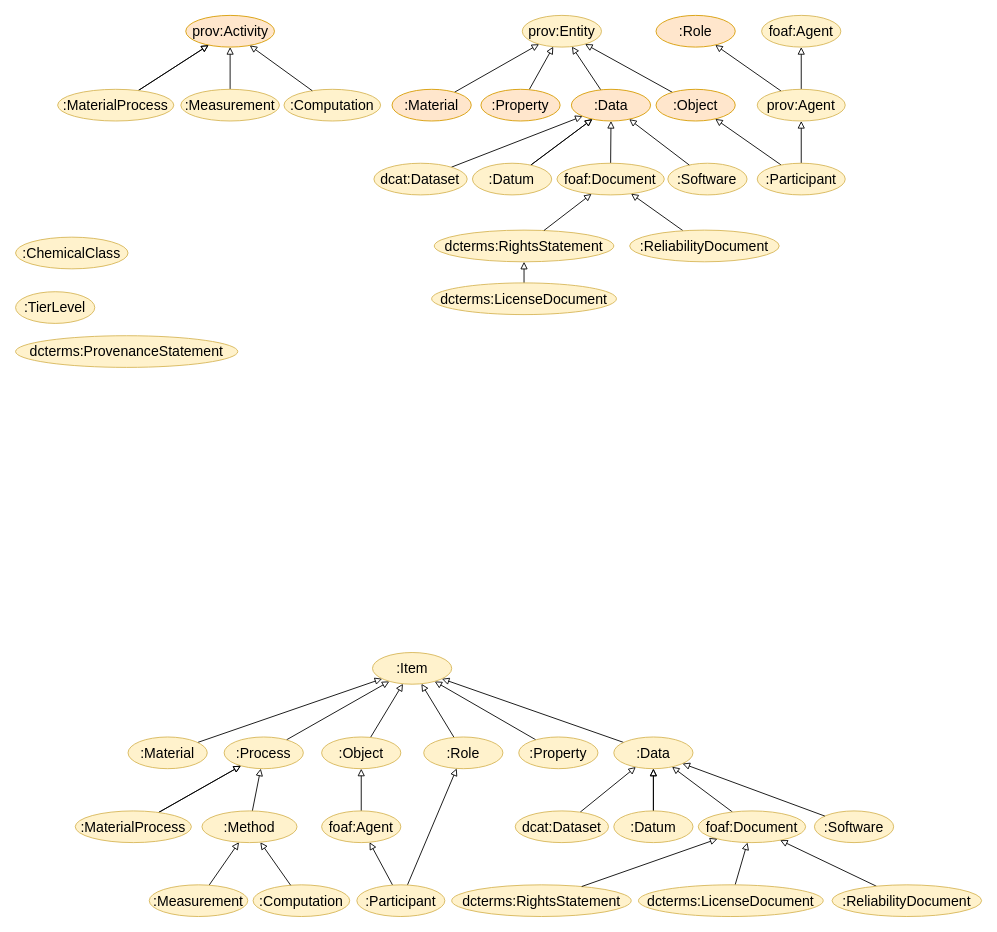
This is page "taxonomy" (1 of 3) of docs/figs/figures.drawio from PINK-project/PINK-annotation-schema, a draw.io file, before an edit. Source tidied: cells renumbered, new cells numbered last; positions are measured from the earlier drawing's top-left corner, leaving out a move shared by most shapes. Both pictures are drawn from the tidied source at 88%, with x=0, y=0 at pixel (15, 15).
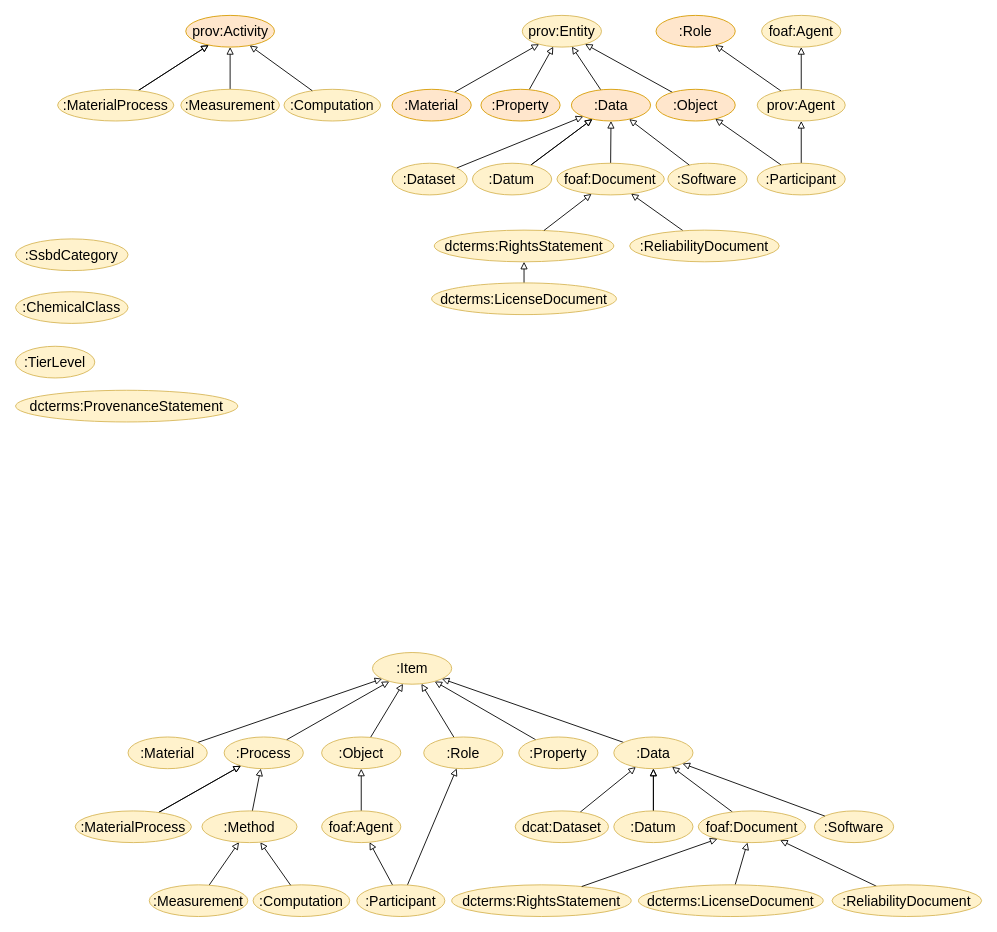
The same diagram, later.

Diff of the diagram source:
```diff
@@
     <mxCell id="3" value="dcterms:ProvenanceStatement" style="ellipse;whiteSpace=wrap;html=1;fillColor=#fff2cc;strokeColor=#d6b656;fontSize=16;" parent="1" vertex="1">
-      <mxGeometry x="0.2" y="364" width="252.5" height="36" as="geometry" />
+      <mxGeometry x="0.2" y="426" width="252.5" height="36" as="geometry" />
     </mxCell>
     <mxCell id="4" value=":TierLevel" style="ellipse;whiteSpace=wrap;html=1;fillColor=#fff2cc;strokeColor=#d6b656;fontSize=16;" parent="1" vertex="1">
-      <mxGeometry x="0.2" y="314" width="90" height="36" as="geometry" />
+      <mxGeometry x="0.2" y="376" width="90" height="36" as="geometry" />
     </mxCell>
@@
-    <mxCell id="22" value="dcat:Dataset" style="ellipse;whiteSpace=wrap;html=1;fillColor=#fff2cc;strokeColor=#d6b656;fontSize=16;" parent="1" vertex="1">
-      <mxGeometry x="407.4" y="168" width="106" height="36" as="geometry" />
+    <mxCell id="22" value=":Dataset" style="ellipse;whiteSpace=wrap;html=1;fillColor=#fff2cc;strokeColor=#d6b656;fontSize=16;" parent="1" vertex="1">
+      <mxGeometry x="428" y="168" width="85.4" height="36" as="geometry" />
     </mxCell>
@@
     <mxCell id="34" value=":ChemicalC&lt;span style=&quot;background-color: transparent; color: light-dark(rgb(0, 0, 0), rgb(255, 255, 255));&quot;&gt;lass&lt;/span&gt;" style="ellipse;whiteSpace=wrap;html=1;fillColor=#fff2cc;strokeColor=#d6b656;fontSize=16;" parent="1" vertex="1">
-      <mxGeometry x="0.2" y="252" width="127.8" height="36" as="geometry" />
+      <mxGeometry x="0.2" y="314" width="127.8" height="36" as="geometry" />
     </mxCell>
@@
+    <mxCell id="87" value=":SsbdCategory" style="ellipse;whiteSpace=wrap;html=1;fillColor=#fff2cc;strokeColor=#d6b656;fontSize=16;" parent="1" vertex="1">
+      <mxGeometry x="0.2" y="254" width="127.8" height="36" as="geometry" />
+    </mxCell>
```
